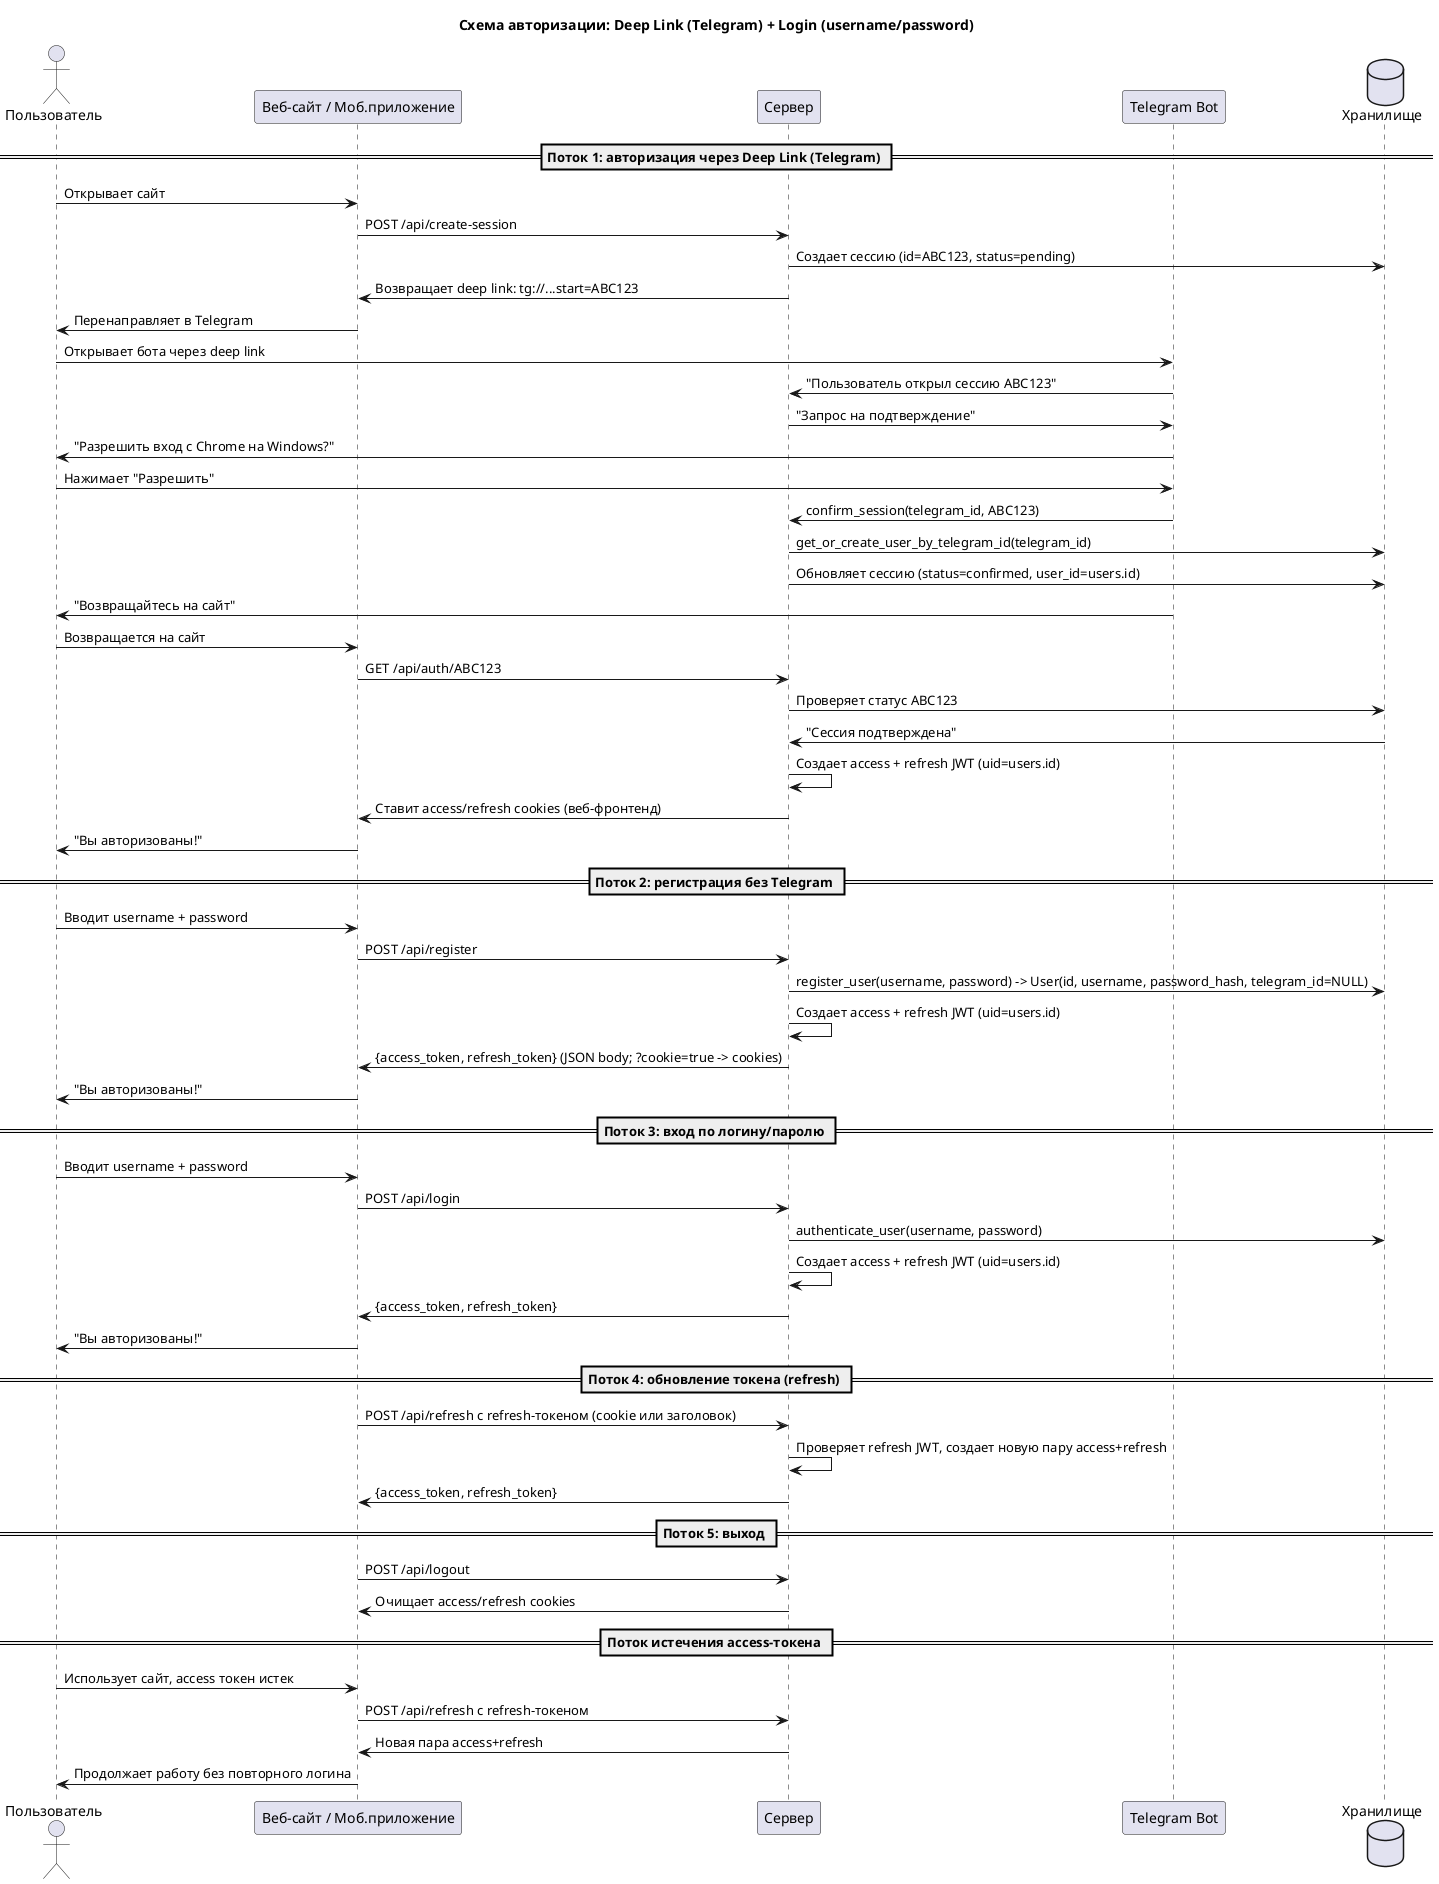
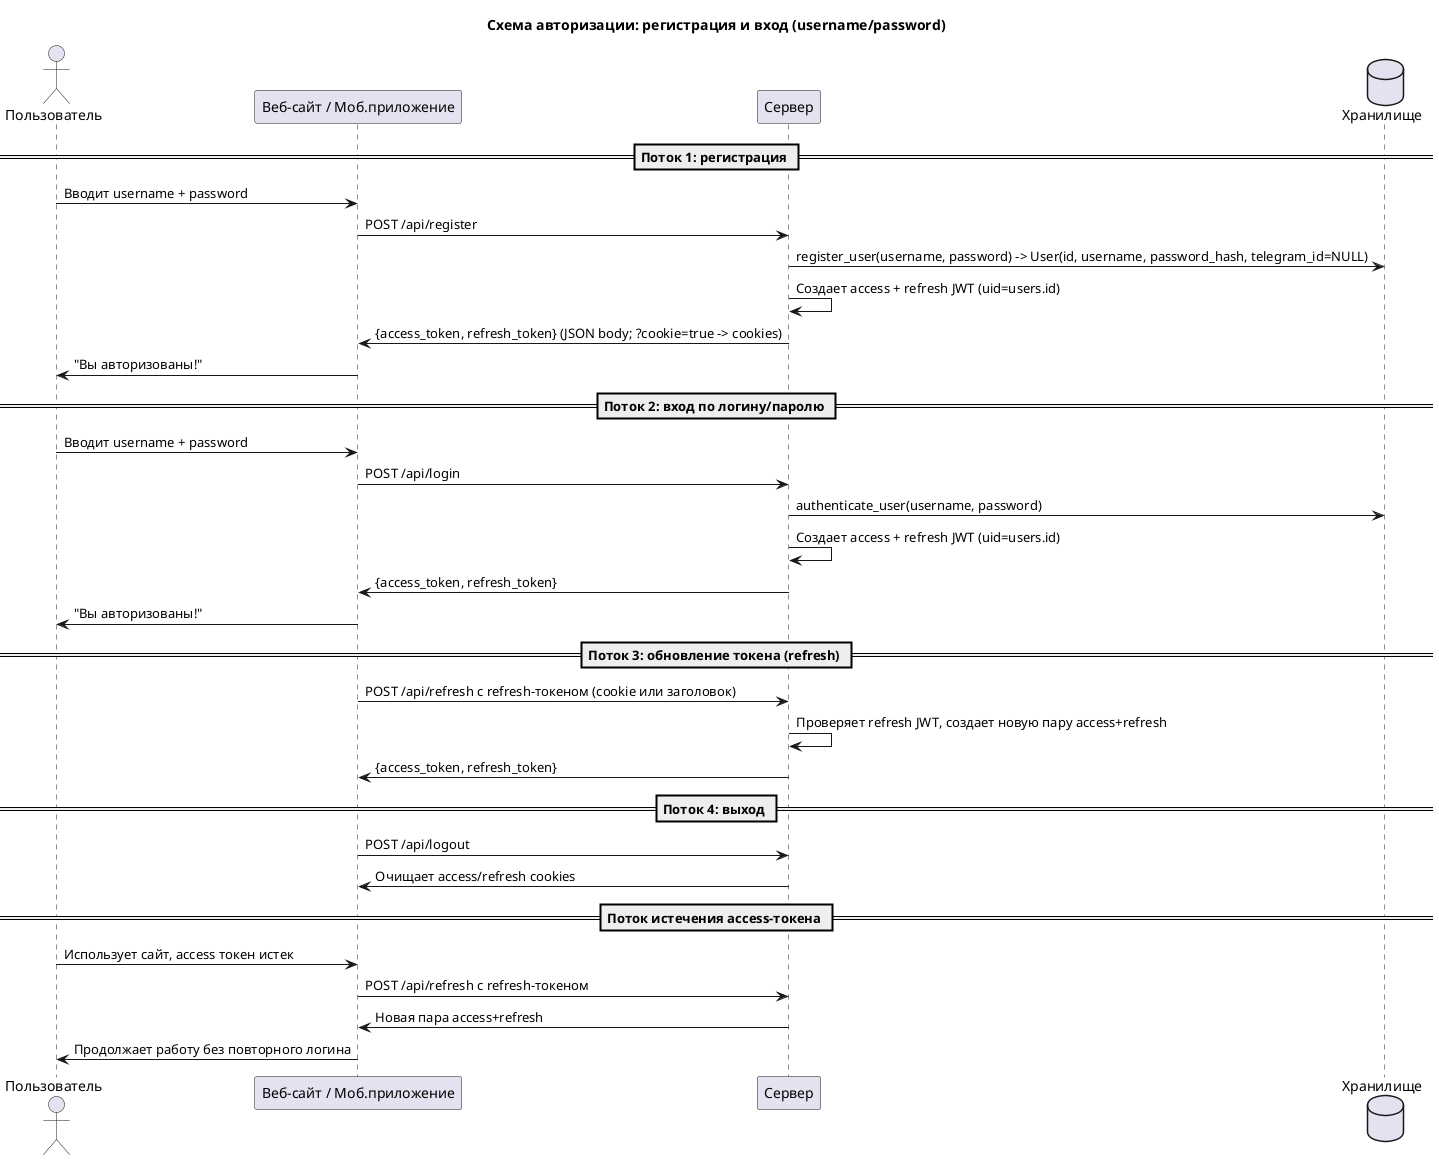
@startuml
- title Схема авторизации: Deep Link (Telegram) + Login (username/password)
+ title Схема авторизации: регистрация и вход (username/password)

actor "Пользователь" as User
participant "Веб-сайт / Моб.приложение" as Site
participant "Сервер" as Server
- participant "Telegram Bot" as Bot
database "Хранилище" as Storage

- == Поток 1: авторизация через Deep Link (Telegram) ==
- 
- User -> Site: Открывает сайт
- Site -> Server: POST /api/create-session
- Server -> Storage: Создает сессию (id=ABC123, status=pending)
- Server -> Site: Возвращает deep link: tg://...start=ABC123
- Site -> User: Перенаправляет в Telegram
- 
- User -> Bot: Открывает бота через deep link
- Bot -> Server: "Пользователь открыл сессию ABC123"
- Server -> Bot: "Запрос на подтверждение"
- 
- Bot -> User: "Разрешить вход с Chrome на Windows?"
- User -> Bot: Нажимает "Разрешить"
- Bot -> Server: confirm_session(telegram_id, ABC123)
- Server -> Storage: get_or_create_user_by_telegram_id(telegram_id)
- Server -> Storage: Обновляет сессию (status=confirmed, user_id=users.id)
- 
- Bot -> User: "Возвращайтесь на сайт"
- User -> Site: Возвращается на сайт
- 
- Site -> Server: GET /api/auth/ABC123
- Server -> Storage: Проверяет статус ABC123
- Storage -> Server: "Сессия подтверждена"
- Server -> Server: Создает access + refresh JWT (uid=users.id)
- Server -> Site: Ставит access/refresh cookies (веб-фронтенд)
- Site -> User: "Вы авторизованы!"
- 
- == Поток 2: регистрация без Telegram ==
+ == Поток 1: регистрация ==

User -> Site: Вводит username + password
Site -> Server: POST /api/register
Server -> Storage: register_user(username, password) -> User(id, username, password_hash, telegram_id=NULL)
Server -> Server: Создает access + refresh JWT (uid=users.id)
Server -> Site: {access_token, refresh_token} (JSON body; ?cookie=true -> cookies)
Site -> User: "Вы авторизованы!"

- == Поток 3: вход по логину/паролю ==
+ == Поток 2: вход по логину/паролю ==

User -> Site: Вводит username + password
Site -> Server: POST /api/login
Server -> Storage: authenticate_user(username, password)
Server -> Server: Создает access + refresh JWT (uid=users.id)
Server -> Site: {access_token, refresh_token}
Site -> User: "Вы авторизованы!"

- == Поток 4: обновление токена (refresh) ==
+ == Поток 3: обновление токена (refresh) ==

Site -> Server: POST /api/refresh с refresh-токеном (cookie или заголовок)
Server -> Server: Проверяет refresh JWT, создает новую пару access+refresh
Server -> Site: {access_token, refresh_token}

- == Поток 5: выход ==
+ == Поток 4: выход ==

Site -> Server: POST /api/logout
Server -> Site: Очищает access/refresh cookies

== Поток истечения access-токена ==

User -> Site: Использует сайт, access токен истек
Site -> Server: POST /api/refresh с refresh-токеном
Server -> Site: Новая пара access+refresh
Site -> User: Продолжает работу без повторного логина

@enduml